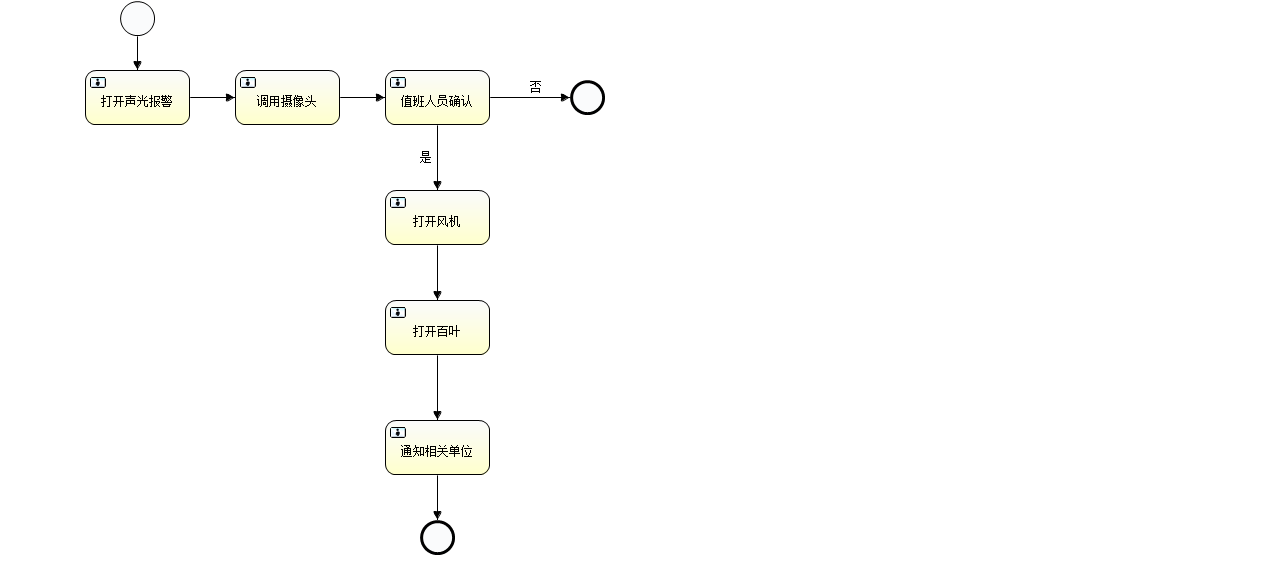
Before: MaxTunnel/MaxTunnel-Web/src/main/resources/diagrams/WindPlanWorkFlow.png, a diagram exported from BPMN (swbuild1988/bw_java). Its source is kept beside it as MaxTunnel/MaxTunnel-Web/src/main/resources/diagrams/WindPlanWorkFlow.bpmn. Ids are renumbered.
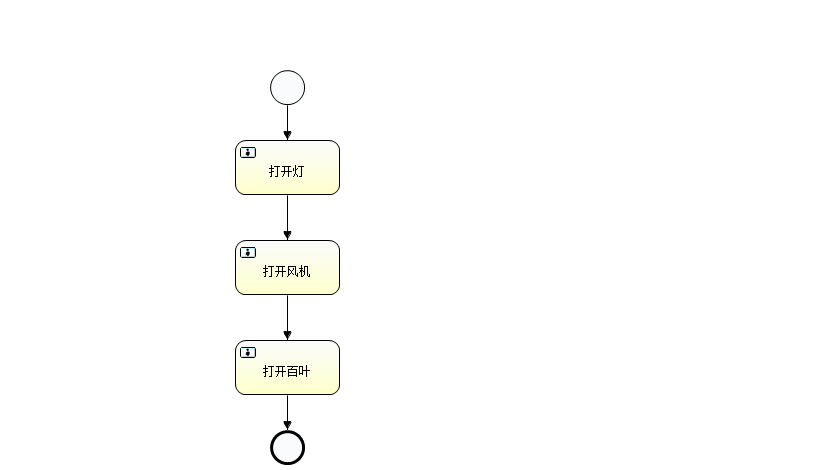
Above is the later version.

The edit, as a diff of the source:
```diff
@@ -1,89 +1,47 @@
 <definitions xmlns="http://www.omg.org/spec/BPMN/20100524/MODEL" xmlns:xsi="http://www.w3.org/2001/XMLSchema-instance" xmlns:xsd="http://www.w3.org/2001/XMLSchema" xmlns:activiti="http://activiti.org/bpmn" xmlns:bpmndi="http://www.omg.org/spec/BPMN/20100524/DI" xmlns:omgdc="http://www.omg.org/spec/DD/20100524/DC" xmlns:omgdi="http://www.omg.org/spec/DD/20100524/DI" typeLanguage="http://www.w3.org/2001/XMLSchema" expressionLanguage="http://www.w3.org/1999/XPath" targetNamespace="http://www.activiti.org/test">
-  <process id="WindPlanProcess" name="通风预案1" isExecutable="true">
+  <process id="WindPlanProcess" name="通风预案" isExecutable="true">
     <startEvent id="startevent1" name="Start"></startEvent>
-    <userTask id="usertask1" name="打开声光报警"></userTask>
-    <sequenceFlow id="flow1" sourceRef="startevent1" targetRef="usertask1"></sequenceFlow>
-    <userTask id="usertask2" name="调用摄像头"></userTask>
-    <sequenceFlow id="flow2" sourceRef="usertask1" targetRef="usertask2"></sequenceFlow>
-    <userTask id="usertask3" name="值班人员确认"></userTask>
-    <sequenceFlow id="flow3" sourceRef="usertask2" targetRef="usertask3"></sequenceFlow>
+    <userTask id="usertask1" name="打开灯"></userTask>
+    <userTask id="usertask2" name="打开风机"></userTask>
+    <sequenceFlow id="flow9" sourceRef="startevent1" targetRef="usertask1"></sequenceFlow>
+    <sequenceFlow id="flow10" sourceRef="usertask1" targetRef="usertask2"></sequenceFlow>
+    <userTask id="usertask3" name="打开百叶"></userTask>
+    <sequenceFlow id="flow11" sourceRef="usertask2" targetRef="usertask3"></sequenceFlow>
     <endEvent id="endevent1" name="End"></endEvent>
-    <sequenceFlow id="flow4" name="否" sourceRef="usertask3" targetRef="endevent1"></sequenceFlow>
-    <userTask id="usertask4" name="打开风机"></userTask>
-    <sequenceFlow id="flow5" name="是" sourceRef="usertask3" targetRef="usertask4"></sequenceFlow>
-    <userTask id="usertask5" name="打开百叶"></userTask>
-    <sequenceFlow id="flow6" sourceRef="usertask4" targetRef="usertask5"></sequenceFlow>
-    <userTask id="usertask6" name="通知相关单位"></userTask>
-    <sequenceFlow id="flow7" sourceRef="usertask5" targetRef="usertask6"></sequenceFlow>
-    <endEvent id="endevent2" name="End"></endEvent>
-    <sequenceFlow id="flow8" sourceRef="usertask6" targetRef="endevent2"></sequenceFlow>
+    <sequenceFlow id="flow12" sourceRef="usertask3" targetRef="endevent1"></sequenceFlow>
   </process>
   <bpmndi:BPMNDiagram id="BPMNDiagram_WindPlanProcess">
     <bpmndi:BPMNPlane bpmnElement="WindPlanProcess" id="BPMNPlane_WindPlanProcess">
       <bpmndi:BPMNShape bpmnElement="startevent1" id="BPMNShape_startevent1">
-        <omgdc:Bounds height="35.0" width="35.0" x="120.0" y="1.0"></omgdc:Bounds>
+        <omgdc:Bounds height="35.0" width="35.0" x="270.0" y="70.0"></omgdc:Bounds>
       </bpmndi:BPMNShape>
       <bpmndi:BPMNShape bpmnElement="usertask1" id="BPMNShape_usertask1">
-        <omgdc:Bounds height="55.0" width="105.0" x="85.0" y="70.0"></omgdc:Bounds>
+        <omgdc:Bounds height="55.0" width="105.0" x="235.0" y="140.0"></omgdc:Bounds>
       </bpmndi:BPMNShape>
       <bpmndi:BPMNShape bpmnElement="usertask2" id="BPMNShape_usertask2">
-        <omgdc:Bounds height="55.0" width="105.0" x="235.0" y="70.0"></omgdc:Bounds>
+        <omgdc:Bounds height="55.0" width="105.0" x="235.0" y="240.0"></omgdc:Bounds>
       </bpmndi:BPMNShape>
       <bpmndi:BPMNShape bpmnElement="usertask3" id="BPMNShape_usertask3">
-        <omgdc:Bounds height="55.0" width="105.0" x="385.0" y="70.0"></omgdc:Bounds>
+        <omgdc:Bounds height="55.0" width="105.0" x="235.0" y="340.0"></omgdc:Bounds>
       </bpmndi:BPMNShape>
       <bpmndi:BPMNShape bpmnElement="endevent1" id="BPMNShape_endevent1">
-        <omgdc:Bounds height="35.0" width="35.0" x="570.0" y="80.0"></omgdc:Bounds>
+        <omgdc:Bounds height="35.0" width="35.0" x="270.0" y="430.0"></omgdc:Bounds>
       </bpmndi:BPMNShape>
-      <bpmndi:BPMNShape bpmnElement="usertask4" id="BPMNShape_usertask4">
-        <omgdc:Bounds height="55.0" width="105.0" x="385.0" y="190.0"></omgdc:Bounds>
-      </bpmndi:BPMNShape>
-      <bpmndi:BPMNShape bpmnElement="usertask5" id="BPMNShape_usertask5">
-        <omgdc:Bounds height="55.0" width="105.0" x="385.0" y="300.0"></omgdc:Bounds>
-      </bpmndi:BPMNShape>
-      <bpmndi:BPMNShape bpmnElement="usertask6" id="BPMNShape_usertask6">
-        <omgdc:Bounds height="55.0" width="105.0" x="385.0" y="420.0"></omgdc:Bounds>
-      </bpmndi:BPMNShape>
-      <bpmndi:BPMNShape bpmnElement="endevent2" id="BPMNShape_endevent2">
-        <omgdc:Bounds height="35.0" width="35.0" x="420.0" y="520.0"></omgdc:Bounds>
-      </bpmndi:BPMNShape>
-      <bpmndi:BPMNEdge bpmnElement="flow1" id="BPMNEdge_flow1">
-        <omgdi:waypoint x="137.0" y="36.0"></omgdi:waypoint>
-        <omgdi:waypoint x="137.0" y="70.0"></omgdi:waypoint>
+      <bpmndi:BPMNEdge bpmnElement="flow9" id="BPMNEdge_flow9">
+        <omgdi:waypoint x="287.0" y="105.0"></omgdi:waypoint>
+        <omgdi:waypoint x="287.0" y="140.0"></omgdi:waypoint>
       </bpmndi:BPMNEdge>
-      <bpmndi:BPMNEdge bpmnElement="flow2" id="BPMNEdge_flow2">
-        <omgdi:waypoint x="190.0" y="97.0"></omgdi:waypoint>
-        <omgdi:waypoint x="235.0" y="97.0"></omgdi:waypoint>
+      <bpmndi:BPMNEdge bpmnElement="flow10" id="BPMNEdge_flow10">
+        <omgdi:waypoint x="287.0" y="195.0"></omgdi:waypoint>
+        <omgdi:waypoint x="287.0" y="240.0"></omgdi:waypoint>
       </bpmndi:BPMNEdge>
-      <bpmndi:BPMNEdge bpmnElement="flow3" id="BPMNEdge_flow3">
-        <omgdi:waypoint x="340.0" y="97.0"></omgdi:waypoint>
-        <omgdi:waypoint x="385.0" y="97.0"></omgdi:waypoint>
+      <bpmndi:BPMNEdge bpmnElement="flow11" id="BPMNEdge_flow11">
+        <omgdi:waypoint x="287.0" y="295.0"></omgdi:waypoint>
+        <omgdi:waypoint x="287.0" y="340.0"></omgdi:waypoint>
       </bpmndi:BPMNEdge>
-      <bpmndi:BPMNEdge bpmnElement="flow4" id="BPMNEdge_flow4">
-        <omgdi:waypoint x="490.0" y="97.0"></omgdi:waypoint>
-        <omgdi:waypoint x="570.0" y="97.0"></omgdi:waypoint>
-        <bpmndi:BPMNLabel>
-          <omgdc:Bounds height="14.0" width="12.0" x="529.0" y="80.0"></omgdc:Bounds>
-        </bpmndi:BPMNLabel>
-      </bpmndi:BPMNEdge>
-      <bpmndi:BPMNEdge bpmnElement="flow5" id="BPMNEdge_flow5">
-        <omgdi:waypoint x="437.0" y="125.0"></omgdi:waypoint>
-        <omgdi:waypoint x="437.0" y="190.0"></omgdi:waypoint>
-        <bpmndi:BPMNLabel>
-          <omgdc:Bounds height="14.0" width="12.0" x="420.0" y="149.0"></omgdc:Bounds>
-        </bpmndi:BPMNLabel>
-      </bpmndi:BPMNEdge>
-      <bpmndi:BPMNEdge bpmnElement="flow6" id="BPMNEdge_flow6">
-        <omgdi:waypoint x="437.0" y="245.0"></omgdi:waypoint>
-        <omgdi:waypoint x="437.0" y="300.0"></omgdi:waypoint>
-      </bpmndi:BPMNEdge>
-      <bpmndi:BPMNEdge bpmnElement="flow7" id="BPMNEdge_flow7">
-        <omgdi:waypoint x="437.0" y="355.0"></omgdi:waypoint>
-        <omgdi:waypoint x="437.0" y="420.0"></omgdi:waypoint>
-      </bpmndi:BPMNEdge>
-      <bpmndi:BPMNEdge bpmnElement="flow8" id="BPMNEdge_flow8">
-        <omgdi:waypoint x="437.0" y="475.0"></omgdi:waypoint>
-        <omgdi:waypoint x="437.0" y="520.0"></omgdi:waypoint>
+      <bpmndi:BPMNEdge bpmnElement="flow12" id="BPMNEdge_flow12">
+        <omgdi:waypoint x="287.0" y="395.0"></omgdi:waypoint>
+        <omgdi:waypoint x="287.0" y="430.0"></omgdi:waypoint>
       </bpmndi:BPMNEdge>
     </bpmndi:BPMNPlane>
   </bpmndi:BPMNDiagram>
```
